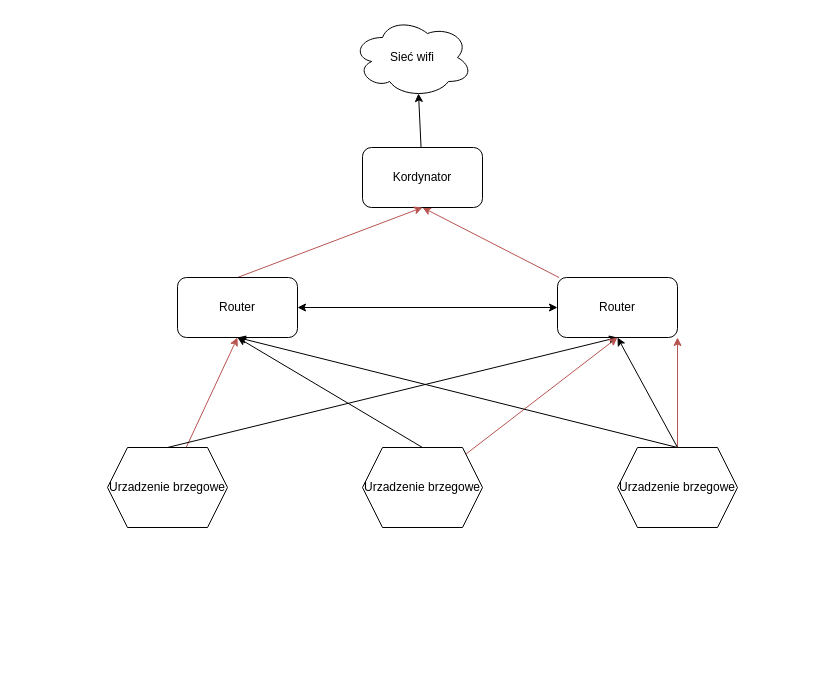
PiotrWQR/esp-zigbee-sdk-1 keeps this draw.io diagram as Dodatkowe/network2.drawio. Above is the earlier version. Source tidied: cells renumbered, new cells numbered last; positions are measured from the earlier drawing's top-left corner, leaving out a move shared by most shapes. Both pictures are drawn from the tidied source at 100%, with x=0, y=0 at pixel (107, 17).
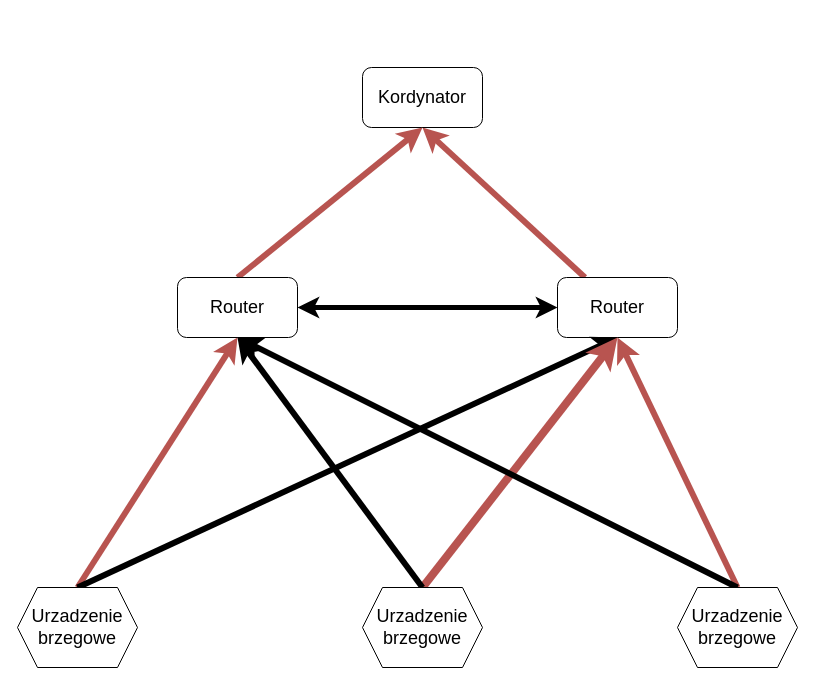
Above is the later version.

What changed in the source:
```diff
@@
-    <mxCell id="2" value="Sieć wifi" style="ellipse;shape=cloud;whiteSpace=wrap;html=1;" parent="1" vertex="1">
-      <mxGeometry x="245" width="120" height="80" as="geometry" />
-    </mxCell>
-    <mxCell id="3" style="edgeStyle=none;html=1;entryX=0.5;entryY=1;entryDx=0;entryDy=0;fillColor=#f8cecc;strokeColor=#b85450;" parent="1" edge="1" source="4" target="5">
+    <mxCell id="3" style="edgeStyle=none;html=1;entryX=0.5;entryY=1;entryDx=0;entryDy=0;fillColor=#f8cecc;strokeColor=#b85450;strokeWidth=6;" parent="1" edge="1" source="4" target="5">
       <mxGeometry relative="1" as="geometry" />
     </mxCell>
-    <mxCell id="4" value="Router" style="rounded=1;whiteSpace=wrap;html=1;" parent="1" vertex="1">
+    <mxCell id="4" value="&lt;font style=&quot;font-size: 18px;&quot;&gt;Router&lt;/font&gt;" style="rounded=1;whiteSpace=wrap;html=1;" parent="1" vertex="1">
       <mxGeometry x="450" y="260" width="120" height="60" as="geometry" />
     </mxCell>
-    <mxCell id="5" value="Kordynator" style="rounded=1;whiteSpace=wrap;html=1;" parent="1" vertex="1">
-      <mxGeometry x="255" y="130" width="120" height="60" as="geometry" />
+    <mxCell id="5" value="&lt;font style=&quot;font-size: 18px;&quot;&gt;Kordynator&lt;/font&gt;" style="rounded=1;whiteSpace=wrap;html=1;" parent="1" vertex="1">
+      <mxGeometry x="255" y="50" width="120" height="60" as="geometry" />
     </mxCell>
-    <mxCell id="6" style="edgeStyle=none;html=1;entryX=0.5;entryY=1;entryDx=0;entryDy=0;fillColor=#f8cecc;strokeColor=#b85450;exitX=0.5;exitY=0;exitDx=0;exitDy=0;" parent="1" edge="1" source="8" target="5">
+    <mxCell id="6" style="edgeStyle=none;html=1;entryX=0.5;entryY=1;entryDx=0;entryDy=0;fillColor=#f8cecc;strokeColor=#b85450;exitX=0.5;exitY=0;exitDx=0;exitDy=0;strokeWidth=6;" parent="1" edge="1" source="8" target="5">
       <mxGeometry relative="1" as="geometry" />
     </mxCell>
-    <mxCell id="7" style="html=1;targetPerimeterSpacing=0;shadow=0;flowAnimation=0;startArrow=classic;startFill=1;endArrow=classic;endFill=1;" parent="1" edge="1" source="8" target="4">
+    <mxCell id="7" style="html=1;targetPerimeterSpacing=0;shadow=0;flowAnimation=0;startArrow=classic;startFill=1;endArrow=classic;endFill=1;strokeWidth=5;" parent="1" edge="1" source="8" target="4">
       <mxGeometry relative="1" as="geometry" />
     </mxCell>
-    <mxCell id="8" value="Router" style="rounded=1;whiteSpace=wrap;html=1;" parent="1" vertex="1">
+    <mxCell id="8" value="&lt;font style=&quot;font-size: 18px;&quot;&gt;Router&lt;/font&gt;" style="rounded=1;whiteSpace=wrap;html=1;" parent="1" vertex="1">
       <mxGeometry x="70" y="260" width="120" height="60" as="geometry" />
     </mxCell>
-    <mxCell id="9" style="edgeStyle=none;html=1;entryX=0.5;entryY=1;entryDx=0;entryDy=0;fillColor=#f8cecc;strokeColor=#b85450;" parent="1" edge="1" source="11" target="8">
+    <mxCell id="9" style="edgeStyle=none;html=1;entryX=0.5;entryY=1;entryDx=0;entryDy=0;fillColor=#f8cecc;strokeColor=#b85450;strokeWidth=6;exitX=0.5;exitY=0;exitDx=0;exitDy=0;" parent="1" edge="1" source="11" target="8">
       <mxGeometry relative="1" as="geometry" />
     </mxCell>
-    <mxCell id="10" style="edgeStyle=none;html=1;entryX=0.5;entryY=1;entryDx=0;entryDy=0;exitX=0.5;exitY=0;exitDx=0;exitDy=0;" parent="1" edge="1" source="11" target="4">
+    <mxCell id="10" style="edgeStyle=none;html=1;entryX=0.5;entryY=1;entryDx=0;entryDy=0;exitX=0.5;exitY=0;exitDx=0;exitDy=0;strokeWidth=6;" parent="1" edge="1" source="11" target="4">
       <mxGeometry relative="1" as="geometry" />
     </mxCell>
-    <mxCell id="11" value="Urzadzenie brzegowe" style="shape=hexagon;perimeter=hexagonPerimeter2;whiteSpace=wrap;html=1;fixedSize=1;" parent="1" vertex="1">
-      <mxGeometry y="430" width="120" height="80" as="geometry" />
+    <mxCell id="11" value="&lt;font style=&quot;font-size: 18px;&quot;&gt;Urzadzenie brzegowe&lt;/font&gt;" style="shape=hexagon;perimeter=hexagonPerimeter2;whiteSpace=wrap;html=1;fixedSize=1;" parent="1" vertex="1">
+      <mxGeometry x="-90" y="570" width="120" height="80" as="geometry" />
     </mxCell>
-    <mxCell id="12" style="edgeStyle=none;html=1;entryX=0.5;entryY=1;entryDx=0;entryDy=0;fillColor=#f8cecc;strokeColor=#b85450;" parent="1" edge="1" source="14" target="4">
+    <mxCell id="12" style="edgeStyle=none;html=1;entryX=0.5;entryY=1;entryDx=0;entryDy=0;fillColor=#f8cecc;strokeColor=#b85450;exitX=0.5;exitY=0;exitDx=0;exitDy=0;strokeWidth=8;" parent="1" edge="1" source="14" target="4">
       <mxGeometry relative="1" as="geometry" />
     </mxCell>
-    <mxCell id="13" style="edgeStyle=none;html=1;entryX=0.5;entryY=1;entryDx=0;entryDy=0;exitX=0.5;exitY=0;exitDx=0;exitDy=0;" parent="1" edge="1" source="14" target="8">
+    <mxCell id="13" style="edgeStyle=none;html=1;entryX=0.5;entryY=1;entryDx=0;entryDy=0;exitX=0.5;exitY=0;exitDx=0;exitDy=0;strokeWidth=6;" parent="1" edge="1" source="14" target="8">
       <mxGeometry relative="1" as="geometry" />
     </mxCell>
-    <mxCell id="14" value="Urzadzenie brzegowe" style="shape=hexagon;perimeter=hexagonPerimeter2;whiteSpace=wrap;html=1;fixedSize=1;" parent="1" vertex="1">
-      <mxGeometry x="255" y="430" width="120" height="80" as="geometry" />
+    <mxCell id="14" value="&lt;font style=&quot;font-size: 18px;&quot;&gt;Urzadzenie brzegowe&lt;/font&gt;" style="shape=hexagon;perimeter=hexagonPerimeter2;whiteSpace=wrap;html=1;fixedSize=1;" parent="1" vertex="1">
+      <mxGeometry x="255" y="570" width="120" height="80" as="geometry" />
     </mxCell>
-    <mxCell id="15" style="edgeStyle=none;html=1;fillColor=#f8cecc;strokeColor=#b85450;" parent="1" edge="1" source="18">
-      <mxGeometry relative="1" as="geometry">
-        <mxPoint x="570" y="320" as="targetPoint" />
-      </mxGeometry>
-    </mxCell>
-    <mxCell id="16" style="edgeStyle=none;html=1;entryX=0.5;entryY=1;entryDx=0;entryDy=0;exitX=0.5;exitY=0;exitDx=0;exitDy=0;" parent="1" edge="1" source="18" target="4">
+    <mxCell id="16" style="edgeStyle=none;html=1;entryX=0.5;entryY=1;entryDx=0;entryDy=0;exitX=0.5;exitY=0;exitDx=0;exitDy=0;fillColor=#f8cecc;strokeColor=#b85450;strokeWidth=6;" parent="1" edge="1" source="18" target="4">
       <mxGeometry relative="1" as="geometry" />
     </mxCell>
-    <mxCell id="17" style="edgeStyle=none;html=1;entryX=0.5;entryY=1;entryDx=0;entryDy=0;" parent="1" edge="1" target="8">
-      <mxGeometry relative="1" as="geometry">
-        <mxPoint x="570" y="430" as="sourcePoint" />
-      </mxGeometry>
+    <mxCell id="17" style="edgeStyle=none;html=1;entryX=0.5;entryY=1;entryDx=0;entryDy=0;strokeWidth=6;exitX=0.5;exitY=0;exitDx=0;exitDy=0;" parent="1" edge="1" source="18" target="8">
+      <mxGeometry relative="1" as="geometry" />
     </mxCell>
-    <mxCell id="18" value="Urzadzenie brzegowe" style="shape=hexagon;perimeter=hexagonPerimeter2;whiteSpace=wrap;html=1;fixedSize=1;" parent="1" vertex="1">
-      <mxGeometry x="510" y="430" width="120" height="80" as="geometry" />
+    <mxCell id="18" value="&lt;font style=&quot;font-size: 18px;&quot;&gt;Urzadzenie brzegowe&lt;/font&gt;" style="shape=hexagon;perimeter=hexagonPerimeter2;whiteSpace=wrap;html=1;fixedSize=1;" parent="1" vertex="1">
+      <mxGeometry x="570" y="570" width="120" height="80" as="geometry" />
     </mxCell>
-    <mxCell id="19" style="edgeStyle=none;html=1;entryX=0.55;entryY=0.95;entryDx=0;entryDy=0;entryPerimeter=0;" parent="1" edge="1" source="5" target="2">
-      <mxGeometry relative="1" as="geometry" />
-    </mxCell>
```
